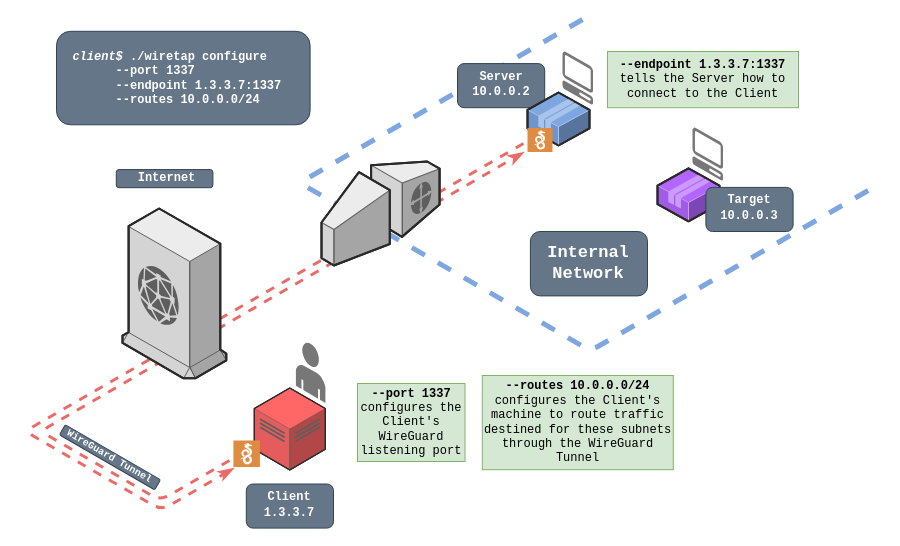
Above: media/Wiretap_Configure.drawio in sandialabs/wiretap (draw.io), before the change. Source tidied: cells renumbered, new cells numbered last; positions are measured from the earlier drawing's top-left corner, leaving out a move shared by most shapes. Both pictures are drawn from the tidied source at 100%, with x=0, y=0 at pixel (45, 19).
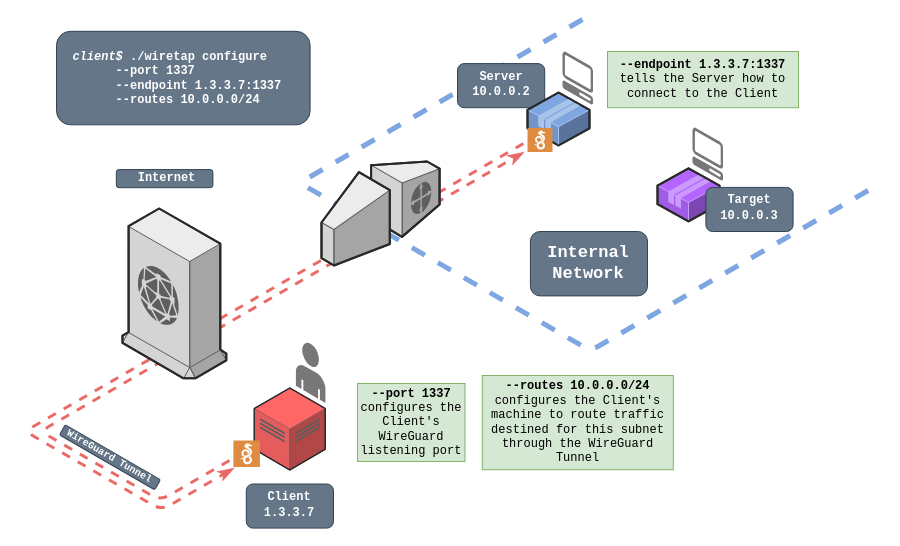
The same page after the edit.

The edit, as a diff of the source:
```diff
@@
-    <mxCell id="22" value="--routes 10.0.0.0/24&lt;br&gt;&lt;span style=&quot;font-weight: normal;&quot;&gt;configures the Client's machine to route traffic destined for these subnets through the WireGuard Tunnel&lt;/span&gt;" style="text;html=1;strokeColor=#82b366;fillColor=#d5e8d4;align=center;verticalAlign=middle;whiteSpace=wrap;rounded=0;fontFamily=Courier New;fontStyle=1;" parent="1" vertex="1">
+    <mxCell id="22" value="--routes 10.0.0.0/24&lt;br&gt;&lt;span style=&quot;font-weight: normal;&quot;&gt;configures the Client's machine to route traffic destined for this subnet through the WireGuard Tunnel&lt;/span&gt;" style="text;html=1;strokeColor=#82b366;fillColor=#d5e8d4;align=center;verticalAlign=middle;whiteSpace=wrap;rounded=0;fontFamily=Courier New;fontStyle=1;" parent="1" vertex="1">
       <mxGeometry x="436.8" y="356" width="191" height="94.2" as="geometry" />
     </mxCell>
```
